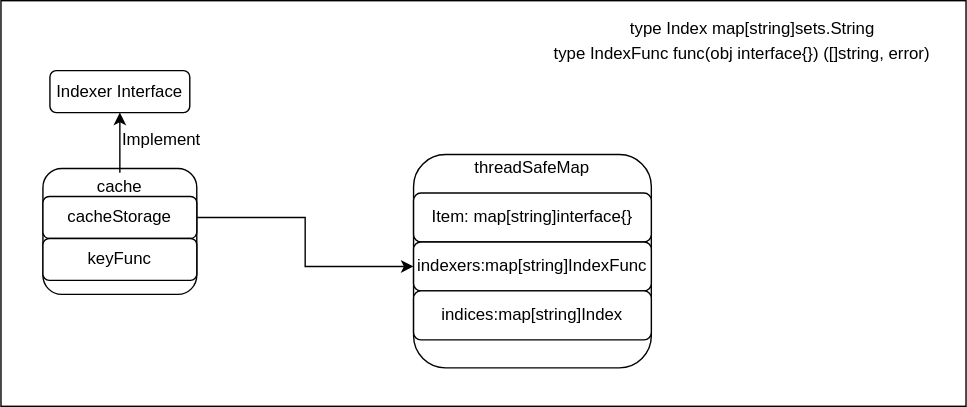
Before: cloudnative/kubernetes/image/11.drawio.svg, a diagram exported from draw.io (ruster-cn/wiki). Source tidied: cells renumbered, new cells last; positions are measured from the earlier drawing's top-left corner, leaving out a move shared by most shapes.
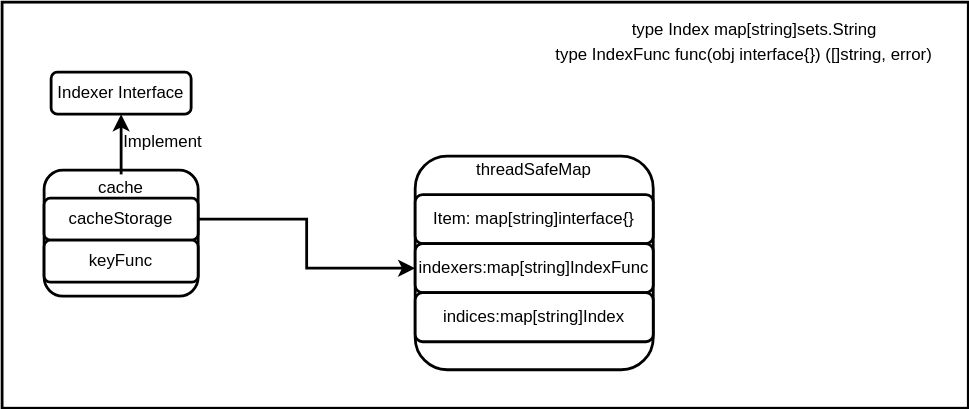
After the change.

Change to the diagram source:
```diff
@@ -2,52 +2,52 @@
   <root>
     <mxCell id="0" />
     <mxCell id="1" parent="0" />
-    <mxCell id="2" style="rounded=0;whiteSpace=wrap;html=1;" parent="1" vertex="1">
+    <mxCell id="2" style="rounded=0;whiteSpace=wrap;html=1;strokeWidth=2;" parent="1" vertex="1">
       <mxGeometry width="690" height="290" as="geometry" />
     </mxCell>
-    <mxCell id="3" style="rounded=1;whiteSpace=wrap;html=1;" parent="1" vertex="1">
+    <mxCell id="3" style="rounded=1;whiteSpace=wrap;html=1;strokeWidth=2;" parent="1" vertex="1">
       <mxGeometry x="30" y="120" width="110" height="90" as="geometry" />
     </mxCell>
-    <mxCell id="4" style="edgeStyle=orthogonalEdgeStyle;rounded=0;jettySize=auto;html=1;exitX=1;exitY=0.5;exitDx=0;exitDy=0;entryX=0;entryY=0.5;entryDx=0;entryDy=0;" parent="1" edge="1" source="5" target="9">
+    <mxCell id="4" style="edgeStyle=orthogonalEdgeStyle;rounded=0;jettySize=auto;html=1;exitX=1;exitY=0.5;exitDx=0;exitDy=0;entryX=0;entryY=0.5;entryDx=0;entryDy=0;strokeWidth=2;" parent="1" edge="1" source="5" target="9">
       <mxGeometry relative="1" as="geometry" />
     </mxCell>
-    <mxCell id="5" value="cacheStorage" style="rounded=1;whiteSpace=wrap;html=1;" parent="1" vertex="1">
+    <mxCell id="5" value="cacheStorage" style="rounded=1;whiteSpace=wrap;html=1;strokeWidth=2;" parent="1" vertex="1">
       <mxGeometry x="30" y="140" width="110" height="30" as="geometry" />
     </mxCell>
-    <mxCell id="6" value="keyFunc" style="rounded=1;whiteSpace=wrap;html=1;" parent="1" vertex="1">
+    <mxCell id="6" value="keyFunc" style="rounded=1;whiteSpace=wrap;html=1;strokeWidth=2;" parent="1" vertex="1">
       <mxGeometry x="30" y="170" width="110" height="30" as="geometry" />
     </mxCell>
-    <mxCell id="7" style="rounded=1;whiteSpace=wrap;html=1;" parent="1" vertex="1">
+    <mxCell id="7" style="rounded=1;whiteSpace=wrap;html=1;strokeWidth=2;" parent="1" vertex="1">
       <mxGeometry x="295" y="110" width="170" height="152.5" as="geometry" />
     </mxCell>
-    <mxCell id="8" value="Item: map[string]interface{}" style="rounded=1;whiteSpace=wrap;html=1;" parent="1" vertex="1">
+    <mxCell id="8" value="Item: map[string]interface{}" style="rounded=1;whiteSpace=wrap;html=1;strokeWidth=2;" parent="1" vertex="1">
       <mxGeometry x="295" y="137.5" width="170" height="35" as="geometry" />
     </mxCell>
-    <mxCell id="9" value="indexers:map[string]IndexFunc" style="rounded=1;whiteSpace=wrap;html=1;" parent="1" vertex="1">
+    <mxCell id="9" value="indexers:map[string]IndexFunc" style="rounded=1;whiteSpace=wrap;html=1;strokeWidth=2;" parent="1" vertex="1">
       <mxGeometry x="295" y="172.5" width="170" height="35" as="geometry" />
     </mxCell>
-    <mxCell id="10" value="indices:map[string]Index" style="rounded=1;whiteSpace=wrap;html=1;" parent="1" vertex="1">
+    <mxCell id="10" value="indices:map[string]Index" style="rounded=1;whiteSpace=wrap;html=1;strokeWidth=2;" parent="1" vertex="1">
       <mxGeometry x="295" y="207.5" width="170" height="35" as="geometry" />
     </mxCell>
-    <mxCell id="11" style="edgeStyle=orthogonalEdgeStyle;rounded=0;jettySize=auto;html=1;exitX=0.5;exitY=1;exitDx=0;exitDy=0;entryX=0.5;entryY=0;entryDx=0;entryDy=0;startArrow=classic;startFill=1;endArrow=none;endFill=0;" parent="1" edge="1" source="12" target="13">
+    <mxCell id="11" style="edgeStyle=orthogonalEdgeStyle;rounded=0;jettySize=auto;html=1;exitX=0.5;exitY=1;exitDx=0;exitDy=0;entryX=0.5;entryY=0;entryDx=0;entryDy=0;startArrow=classic;startFill=1;endArrow=none;endFill=0;strokeWidth=2;" parent="1" edge="1" source="12" target="13">
       <mxGeometry relative="1" as="geometry" />
     </mxCell>
-    <mxCell id="12" value="Indexer Interface" style="rounded=1;whiteSpace=wrap;html=1;" parent="1" vertex="1">
+    <mxCell id="12" value="Indexer Interface" style="rounded=1;whiteSpace=wrap;html=1;strokeWidth=2;" parent="1" vertex="1">
       <mxGeometry x="35" y="50" width="100" height="30" as="geometry" />
     </mxCell>
-    <mxCell id="13" value="cache" style="text;html=1;strokeColor=none;fillColor=none;align=center;verticalAlign=middle;whiteSpace=wrap;rounded=0;" parent="1" vertex="1">
+    <mxCell id="13" value="cache" style="text;html=1;strokeColor=none;fillColor=none;align=center;verticalAlign=middle;whiteSpace=wrap;rounded=0;strokeWidth=2;" parent="1" vertex="1">
       <mxGeometry x="65" y="123" width="40" height="20" as="geometry" />
     </mxCell>
-    <mxCell id="14" value="Implement" style="text;html=1;strokeColor=none;fillColor=none;align=center;verticalAlign=middle;whiteSpace=wrap;rounded=0;" parent="1" vertex="1">
+    <mxCell id="14" value="Implement" style="text;html=1;strokeColor=none;fillColor=none;align=center;verticalAlign=middle;whiteSpace=wrap;rounded=0;strokeWidth=2;" parent="1" vertex="1">
       <mxGeometry x="95" y="90" width="40" height="20" as="geometry" />
     </mxCell>
-    <mxCell id="15" value="threadSafeMap" style="text;html=1;strokeColor=none;fillColor=none;align=center;verticalAlign=middle;whiteSpace=wrap;rounded=0;" parent="1" vertex="1">
+    <mxCell id="15" value="threadSafeMap" style="text;html=1;strokeColor=none;fillColor=none;align=center;verticalAlign=middle;whiteSpace=wrap;rounded=0;strokeWidth=2;" parent="1" vertex="1">
       <mxGeometry x="360" y="110" width="40" height="20" as="geometry" />
     </mxCell>
-    <mxCell id="16" value="type Index map[string]sets.String" style="text;html=1;strokeColor=none;fillColor=none;align=center;verticalAlign=middle;whiteSpace=wrap;rounded=0;" parent="1" vertex="1">
+    <mxCell id="16" value="type Index map[string]sets.String" style="text;html=1;strokeColor=none;fillColor=none;align=center;verticalAlign=middle;whiteSpace=wrap;rounded=0;strokeWidth=2;" parent="1" vertex="1">
       <mxGeometry x="420" y="10" width="235" height="20" as="geometry" />
     </mxCell>
-    <mxCell id="17" value="&lt;div&gt;type IndexFunc func(obj interface{}) ([]string, error)&lt;/div&gt;&lt;div&gt;&lt;br&gt;&lt;/div&gt;" style="text;html=1;strokeColor=none;fillColor=none;align=center;verticalAlign=middle;whiteSpace=wrap;rounded=0;" parent="1" vertex="1">
+    <mxCell id="17" value="&lt;div&gt;type IndexFunc func(obj interface{}) ([]string, error)&lt;/div&gt;&lt;div&gt;&lt;br&gt;&lt;/div&gt;" style="text;html=1;strokeColor=none;fillColor=none;align=center;verticalAlign=middle;whiteSpace=wrap;rounded=0;strokeWidth=2;" parent="1" vertex="1">
       <mxGeometry x="380" y="40" width="300" height="10" as="geometry" />
     </mxCell>
   </root>
```
